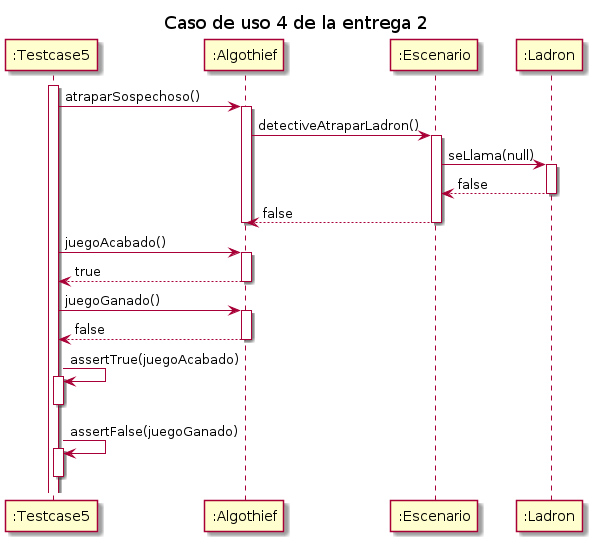
MegaRedHand/algo-thief keeps this PlantUML diagram as diagrams/sequences/secuencia_entrega2_testcase04.png. Above is the earlier version. Source of this version:
```plantuml
@startuml

title "Caso de uso 4 de la entrega 2"

participant ":Testcase5" as testcase
participant ":Algothief" as algothief

participant ":Escenario" as escenario
participant ":Ladron" as ladron


activate testcase
testcase -> algothief: atraparSospechoso()
    activate algothief
    algothief -> escenario: detectiveAtraparLadron()
        activate escenario
        escenario -> ladron: seLlama(null)
            activate ladron
            return false
        return false
    deactivate algothief

testcase -> algothief: juegoAcabado()
    activate algothief
    return true

testcase -> algothief: juegoGanado()
    activate algothief
    return false

testcase -> testcase: assertTrue(juegoAcabado)
activate testcase
deactivate testcase

testcase -> testcase: assertFalse(juegoGanado)
activate testcase
deactivate testcase

@enduml
```
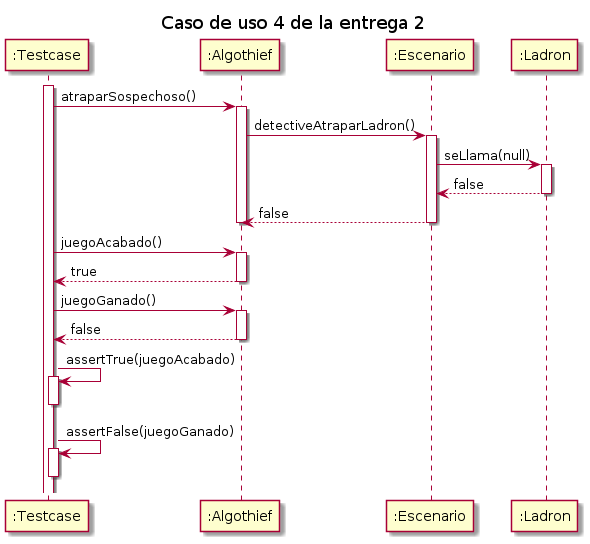
Later version of the same file.

Diff of the diagram source:
```diff
@@ -2,7 +2,7 @@
 
 title "Caso de uso 4 de la entrega 2"
 
-participant ":Testcase5" as testcase
+participant ":Testcase" as testcase
 participant ":Algothief" as algothief
 
 participant ":Escenario" as escenario
```
